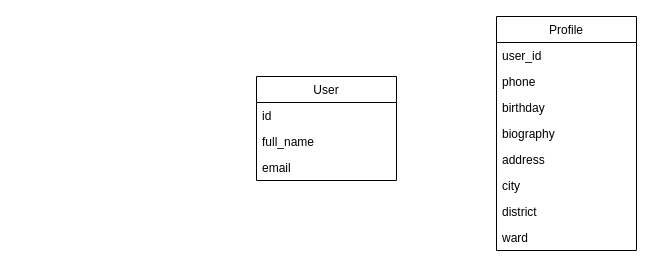
Before: lms.drawio in thanhlongtld/classical_software_engineering, a draw.io diagram. Source tidied: cells renumbered, new cells numbered last; positions are measured from the earlier drawing's top-left corner, leaving out a move shared by most shapes. Both pictures are drawn from the tidied source at 100%, with x=0, y=0 at pixel (256, 16).
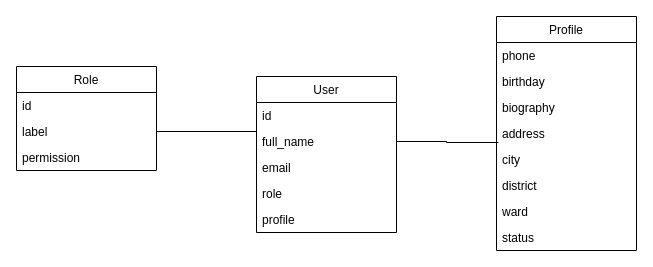
After the change.

Unchanged cells that the change refers to:
```xml
<mxCell id="4" value="full_name" style="text;strokeColor=none;fillColor=none;align=left;verticalAlign=top;spacingLeft=4;spacingRight=4;overflow=hidden;points=[[0,0.5],[1,0.5]];portConstraint=eastwest;" parent="2" vertex="1">
  <mxGeometry y="52" width="140" height="26" as="geometry" />
</mxCell>
<mxCell id="6" value="Profile" style="swimlane;fontStyle=0;horizontal=1;startSize=26;fillColor=none;" parent="1" vertex="1">
  <mxGeometry x="240" width="140" height="234" as="geometry" />
</mxCell>
```

The edit, as a diff of the source:
```diff
@@
     <mxCell id="2" value="User" style="swimlane;fontStyle=0;horizontal=1;startSize=26;fillColor=none;" parent="1" vertex="1">
-      <mxGeometry y="60" width="140" height="104" as="geometry" />
+      <mxGeometry y="60" width="140" height="156" as="geometry" />
     </mxCell>
@@
+    <mxCell id="15" value="role" style="text;strokeColor=none;fillColor=none;align=left;verticalAlign=top;spacingLeft=4;spacingRight=4;overflow=hidden;" parent="2" vertex="1">
+      <mxGeometry y="104" width="140" height="26" as="geometry" />
+    </mxCell>
+    <mxCell id="16" value="profile" style="text;strokeColor=none;fillColor=none;align=left;verticalAlign=top;spacingLeft=4;spacingRight=4;overflow=hidden;" parent="2" vertex="1">
+      <mxGeometry y="130" width="140" height="26" as="geometry" />
+    </mxCell>
@@
-    <mxCell id="7" value="user_id" style="text;strokeColor=none;fillColor=none;align=left;verticalAlign=top;spacingLeft=4;spacingRight=4;overflow=hidden;" parent="6" vertex="1">
-      <mxGeometry y="26" width="140" height="26" as="geometry" />
-    </mxCell>
     <mxCell id="8" value="phone" style="text;strokeColor=none;fillColor=none;align=left;verticalAlign=top;spacingLeft=4;spacingRight=4;overflow=hidden;" parent="6" vertex="1">
-      <mxGeometry y="52" width="140" height="26" as="geometry" />
+      <mxGeometry y="26" width="140" height="26" as="geometry" />
     </mxCell>
     <mxCell id="9" value="birthday" style="text;strokeColor=none;fillColor=none;align=left;verticalAlign=top;spacingLeft=4;spacingRight=4;overflow=hidden;" parent="6" vertex="1">
-      <mxGeometry y="78" width="140" height="26" as="geometry" />
+      <mxGeometry y="52" width="140" height="26" as="geometry" />
     </mxCell>
     <mxCell id="10" value="biography" style="text;strokeColor=none;fillColor=none;align=left;verticalAlign=top;spacingLeft=4;spacingRight=4;overflow=hidden;" parent="6" vertex="1">
-      <mxGeometry y="104" width="140" height="26" as="geometry" />
+      <mxGeometry y="78" width="140" height="26" as="geometry" />
     </mxCell>
     <mxCell id="11" value="address" style="text;strokeColor=none;fillColor=none;align=left;verticalAlign=top;spacingLeft=4;spacingRight=4;overflow=hidden;points=[[0,0.5],[1,0.5]];portConstraint=eastwest;" parent="6" vertex="1">
-      <mxGeometry y="130" width="140" height="26" as="geometry" />
+      <mxGeometry y="104" width="140" height="26" as="geometry" />
     </mxCell>
     <mxCell id="12" value="city" style="text;strokeColor=none;fillColor=none;align=left;verticalAlign=top;spacingLeft=4;spacingRight=4;overflow=hidden;" parent="6" vertex="1">
-      <mxGeometry y="156" width="140" height="26" as="geometry" />
+      <mxGeometry y="130" width="140" height="26" as="geometry" />
     </mxCell>
     <mxCell id="13" value="district" style="text;strokeColor=none;fillColor=none;align=left;verticalAlign=top;spacingLeft=4;spacingRight=4;overflow=hidden;" parent="6" vertex="1">
-      <mxGeometry y="182" width="140" height="26" as="geometry" />
+      <mxGeometry y="156" width="140" height="26" as="geometry" />
     </mxCell>
     <mxCell id="14" value="ward" style="text;strokeColor=none;fillColor=none;align=left;verticalAlign=top;spacingLeft=4;spacingRight=4;overflow=hidden;" parent="6" vertex="1">
-      <mxGeometry y="208" width="140" height="26" as="geometry" />
+      <mxGeometry y="182" width="140" height="26" as="geometry" />
     </mxCell>
+    <mxCell id="17" value="status" style="text;strokeColor=none;fillColor=none;align=left;verticalAlign=top;spacingLeft=4;spacingRight=4;overflow=hidden;" parent="6" vertex="1">
+      <mxGeometry y="208" width="140" height="26" as="geometry" />
+    </mxCell>
+    <mxCell id="18" value="Role" style="swimlane;fontStyle=0;horizontal=1;startSize=26;fillColor=none;" parent="1" vertex="1">
+      <mxGeometry x="-240" y="50" width="140" height="104" as="geometry" />
+    </mxCell>
+    <mxCell id="19" value="id" style="text;strokeColor=none;fillColor=none;align=left;verticalAlign=top;spacingLeft=4;spacingRight=4;overflow=hidden;" parent="18" vertex="1">
+      <mxGeometry y="26" width="140" height="26" as="geometry" />
+    </mxCell>
+    <mxCell id="20" value="label" style="text;strokeColor=none;fillColor=none;align=left;verticalAlign=top;spacingLeft=4;spacingRight=4;overflow=hidden;points=[[0,0.5],[1,0.5]];portConstraint=eastwest;" parent="18" vertex="1">
+      <mxGeometry y="52" width="140" height="26" as="geometry" />
+    </mxCell>
+    <mxCell id="21" value="permission" style="text;strokeColor=none;fillColor=none;align=left;verticalAlign=top;spacingLeft=4;spacingRight=4;overflow=hidden;" parent="18" vertex="1">
+      <mxGeometry y="78" width="140" height="26" as="geometry" />
+    </mxCell>
+    <mxCell id="22" style="edgeStyle=orthogonalEdgeStyle;rounded=0;jettySize=auto;html=1;entryX=0;entryY=0.5;entryDx=0;entryDy=0;endArrow=none;endFill=0;" parent="1" edge="1" source="20" target="4">
+      <mxGeometry relative="1" as="geometry">
+        <Array as="points">
+          <mxPoint y="115" />
+        </Array>
+      </mxGeometry>
+    </mxCell>
+    <mxCell id="23" style="edgeStyle=orthogonalEdgeStyle;rounded=0;jettySize=auto;html=1;entryX=0.014;entryY=0.846;entryDx=0;entryDy=0;entryPerimeter=0;endArrow=none;endFill=0;" parent="1" edge="1" source="4" target="11">
+      <mxGeometry relative="1" as="geometry">
+        <Array as="points">
+          <mxPoint x="190" y="125" />
+          <mxPoint x="190" y="126" />
+        </Array>
+      </mxGeometry>
+    </mxCell>
```
